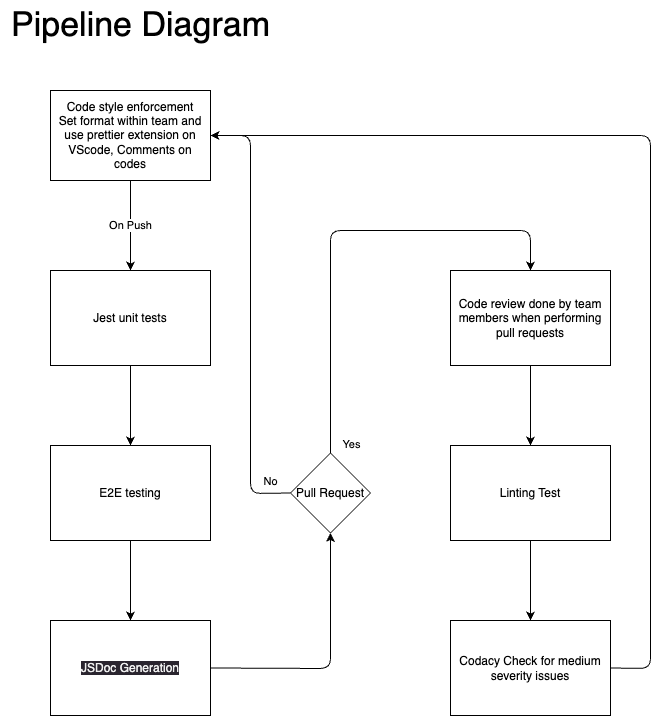
Before: admin/cipipeline/updated-pipeline.drawio.png, a diagram exported from draw.io (dklopstein/dev-journal). Source tidied: cells renumbered, new cells last; positions are measured from the earlier drawing's top-left corner, leaving out a move shared by most shapes.
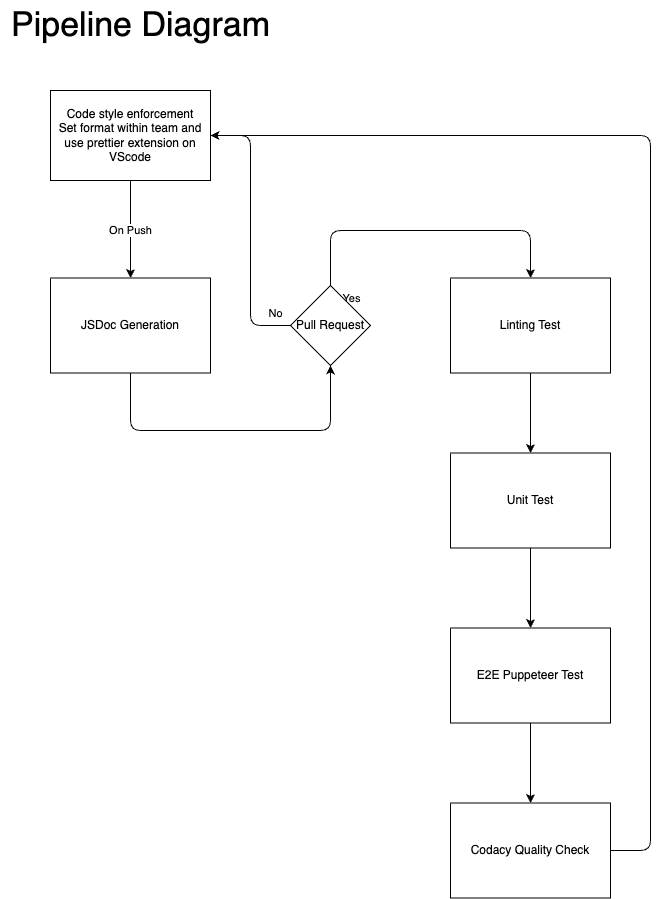
After the change.

What changed in the source:
```diff
@@ -5,61 +5,41 @@
     <mxCell id="2" value="On Push" style="edgeStyle=none;html=1;exitX=0.5;exitY=1;exitDx=0;exitDy=0;entryX=0.5;entryY=0;entryDx=0;entryDy=0;" parent="1" edge="1" source="3" target="7">
       <mxGeometry relative="1" as="geometry" />
     </mxCell>
-    <mxCell id="3" value="Code style enforcement&lt;br&gt;Set format within team and use prettier extension on VScode, Comments on codes" style="rounded=0;whiteSpace=wrap;html=1;" parent="1" vertex="1">
+    <mxCell id="3" value="Code style enforcement&lt;br&gt;Set format within team and use prettier extension on VScode" style="rounded=0;whiteSpace=wrap;html=1;" parent="1" vertex="1">
       <mxGeometry x="50" y="90" width="160" height="90" as="geometry" />
     </mxCell>
-    <mxCell id="4" style="edgeStyle=none;html=1;" parent="1" edge="1" source="5" target="12">
-      <mxGeometry relative="1" as="geometry" />
-    </mxCell>
-    <mxCell id="5" value="Code review done by team members when performing pull requests" style="whiteSpace=wrap;html=1;rounded=0;" parent="1" vertex="1">
-      <mxGeometry x="450" y="270" width="160" height="95" as="geometry" />
-    </mxCell>
-    <mxCell id="6" style="edgeStyle=none;html=1;" parent="1" edge="1" source="7" target="14">
-      <mxGeometry relative="1" as="geometry" />
+    <mxCell id="6" style="edgeStyle=none;html=1;entryX=0.5;entryY=1;entryDx=0;entryDy=0;" parent="1" edge="1" source="7" target="21">
+      <mxGeometry relative="1" as="geometry">
+        <Array as="points">
+          <mxPoint x="130" y="430" />
+          <mxPoint x="330" y="430" />
+        </Array>
+      </mxGeometry>
     </mxCell>
-    <mxCell id="7" value="Jest unit tests" style="whiteSpace=wrap;html=1;rounded=0;" parent="1" vertex="1">
-      <mxGeometry x="50" y="270" width="160" height="95" as="geometry" />
+    <mxCell id="7" value="JSDoc Generation" style="whiteSpace=wrap;html=1;rounded=0;" parent="1" vertex="1">
+      <mxGeometry x="50" y="277.5" width="160" height="95" as="geometry" />
     </mxCell>
-    <mxCell id="8" style="edgeStyle=none;html=1;exitX=1;exitY=0.5;exitDx=0;exitDy=0;entryX=1;entryY=0.5;entryDx=0;entryDy=0;" parent="1" edge="1" source="9" target="3">
+    <mxCell id="8" style="edgeStyle=none;html=1;exitX=1;exitY=0.5;exitDx=0;exitDy=0;entryX=1;entryY=0.5;entryDx=0;entryDy=0;" parent="1" edge="1" source="27" target="3">
       <mxGeometry relative="1" as="geometry">
         <Array as="points">
-          <mxPoint x="650" y="668" />
+          <mxPoint x="650" y="850" />
           <mxPoint x="650" y="135" />
         </Array>
       </mxGeometry>
     </mxCell>
-    <mxCell id="9" value="Codacy Check for medium severity issues" style="whiteSpace=wrap;html=1;rounded=0;" parent="1" vertex="1">
-      <mxGeometry x="450" y="620" width="160" height="95" as="geometry" />
-    </mxCell>
     <mxCell id="10" value="&lt;font style=&quot;font-size: 34px;&quot;&gt;Pipeline Diagram&lt;/font&gt;" style="text;html=1;align=center;verticalAlign=middle;strokeColor=none;fillColor=none;" parent="1" vertex="1">
       <mxGeometry width="280" height="50" as="geometry" />
     </mxCell>
-    <mxCell id="11" style="edgeStyle=none;html=1;exitX=0.5;exitY=1;exitDx=0;exitDy=0;entryX=0.5;entryY=0;entryDx=0;entryDy=0;" parent="1" edge="1" source="12" target="9">
-      <mxGeometry relative="1" as="geometry" />
-    </mxCell>
+    <mxCell id="22" style="edgeStyle=none;html=1;" parent="1" edge="1" source="12" target="24">
+      <mxGeometry relative="1" as="geometry" />
+    </mxCell>
     <mxCell id="12" value="Linting Test" style="whiteSpace=wrap;html=1;rounded=0;" parent="1" vertex="1">
-      <mxGeometry x="450" y="445" width="160" height="95" as="geometry" />
+      <mxGeometry x="450" y="277.5" width="160" height="95" as="geometry" />
     </mxCell>
-    <mxCell id="13" style="edgeStyle=none;html=1;" parent="1" edge="1" source="14" target="16">
-      <mxGeometry relative="1" as="geometry" />
-    </mxCell>
-    <mxCell id="14" value="E2E testing" style="whiteSpace=wrap;html=1;rounded=0;" parent="1" vertex="1">
-      <mxGeometry x="50" y="445" width="160" height="95" as="geometry" />
-    </mxCell>
-    <mxCell id="15" style="edgeStyle=none;html=1;exitX=1;exitY=0.5;exitDx=0;exitDy=0;entryX=0.5;entryY=1;entryDx=0;entryDy=0;" parent="1" edge="1" source="16" target="21">
-      <mxGeometry relative="1" as="geometry">
-        <Array as="points">
-          <mxPoint x="330" y="668" />
-        </Array>
-      </mxGeometry>
-    </mxCell>
-    <mxCell id="16" value="&lt;meta charset=&quot;utf-8&quot;&gt;&lt;span style=&quot;color: rgb(240, 240, 240); font-family: Helvetica; font-size: 12px; font-style: normal; font-variant-ligatures: normal; font-variant-caps: normal; font-weight: 400; letter-spacing: normal; orphans: 2; text-align: center; text-indent: 0px; text-transform: none; widows: 2; word-spacing: 0px; -webkit-text-stroke-width: 0px; background-color: rgb(42, 37, 47); text-decoration-thickness: initial; text-decoration-style: initial; text-decoration-color: initial; float: none; display: inline !important;&quot;&gt;JSDoc Generation&lt;/span&gt;" style="whiteSpace=wrap;html=1;rounded=0;" parent="1" vertex="1">
-      <mxGeometry x="50" y="620" width="160" height="95" as="geometry" />
-    </mxCell>
     <mxCell id="17" style="edgeStyle=none;html=1;exitX=0;exitY=0.5;exitDx=0;exitDy=0;entryX=1;entryY=0.5;entryDx=0;entryDy=0;" parent="1" edge="1" source="21" target="3">
       <mxGeometry relative="1" as="geometry">
         <Array as="points">
-          <mxPoint x="250" y="493" />
+          <mxPoint x="250" y="325" />
           <mxPoint x="250" y="135" />
         </Array>
       </mxGeometry>
@@ -69,7 +49,7 @@
         <mxPoint x="-6" y="-15" as="offset" />
       </mxGeometry>
     </mxCell>
-    <mxCell id="19" style="edgeStyle=none;html=1;exitX=0.5;exitY=0;exitDx=0;exitDy=0;entryX=0.5;entryY=0;entryDx=0;entryDy=0;" parent="1" edge="1" source="21" target="5">
+    <mxCell id="19" style="edgeStyle=none;html=1;exitX=0.5;exitY=0;exitDx=0;exitDy=0;entryX=0.5;entryY=0;entryDx=0;entryDy=0;" parent="1" edge="1" source="21" target="12">
       <mxGeometry relative="1" as="geometry">
         <Array as="points">
           <mxPoint x="330" y="230" />
@@ -83,7 +63,22 @@
       </mxGeometry>
     </mxCell>
     <mxCell id="21" value="Pull Request" style="rhombus;whiteSpace=wrap;html=1;" parent="1" vertex="1">
-      <mxGeometry x="290" y="452.5" width="80" height="80" as="geometry" />
+      <mxGeometry x="290" y="285" width="80" height="80" as="geometry" />
     </mxCell>
+    <mxCell id="23" style="edgeStyle=none;html=1;" parent="1" edge="1" source="24" target="26">
+      <mxGeometry relative="1" as="geometry" />
+    </mxCell>
+    <mxCell id="24" value="Unit Test" style="whiteSpace=wrap;html=1;rounded=0;" parent="1" vertex="1">
+      <mxGeometry x="450" y="452.5" width="160" height="95" as="geometry" />
+    </mxCell>
+    <mxCell id="25" style="edgeStyle=none;html=1;" parent="1" edge="1" source="26" target="27">
+      <mxGeometry relative="1" as="geometry" />
+    </mxCell>
+    <mxCell id="26" value="E2E Puppeteer Test" style="whiteSpace=wrap;html=1;rounded=0;" parent="1" vertex="1">
+      <mxGeometry x="450" y="627.5" width="160" height="95" as="geometry" />
+    </mxCell>
+    <mxCell id="27" value="Codacy Quality Check" style="whiteSpace=wrap;html=1;rounded=0;" parent="1" vertex="1">
+      <mxGeometry x="450" y="802.5" width="160" height="95" as="geometry" />
+    </mxCell>
   </root>
 </mxGraphModel>
```
